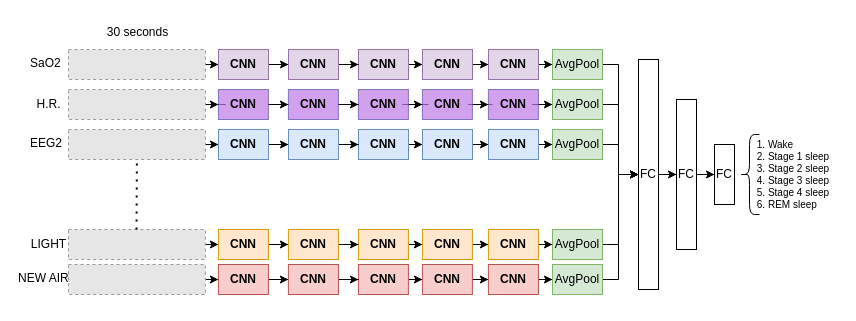
Above: nsrr_cnn.drawio in gw2015tylerdurden/nsrr (draw.io), before the change. Source tidied: cells renumbered, new cells numbered last; positions are measured from the earlier drawing's top-left corner, leaving out a move shared by most shapes. Both pictures are drawn from the tidied source at 100%, with x=0, y=0 at pixel (16, 17). Pictures stored in the file or linked from it are replaced by grey dashed boxes.
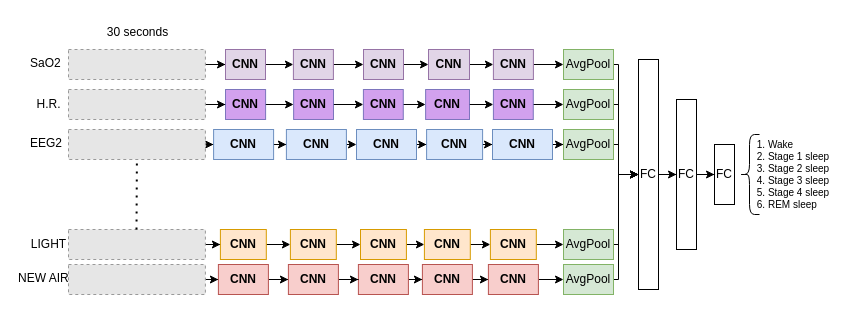
Above is the later version.

Commit message:
nsrr_cnn.drawio を更新します

What changed in the source:
```diff
@@
     <mxCell id="20" value="&lt;b&gt;CNN&lt;/b&gt;" style="rounded=0;whiteSpace=wrap;html=1;fillColor=#e1d5e7;strokeColor=#9673a6;" parent="1" vertex="1">
-      <mxGeometry x="202" y="32" width="50" height="30" as="geometry" />
+      <mxGeometry x="209" y="32" width="40" height="30" as="geometry" />
     </mxCell>
@@
     <mxCell id="22" value="&lt;b&gt;CNN&lt;/b&gt;" style="rounded=0;whiteSpace=wrap;html=1;fillColor=#e1d5e7;strokeColor=#9673a6;" parent="1" vertex="1">
-      <mxGeometry x="342" y="32" width="50" height="30" as="geometry" />
+      <mxGeometry x="347" y="32" width="40" height="30" as="geometry" />
     </mxCell>
@@
     <mxCell id="24" value="&lt;b&gt;CNN&lt;/b&gt;" style="rounded=0;whiteSpace=wrap;html=1;fillColor=#e1d5e7;strokeColor=#9673a6;" parent="1" vertex="1">
-      <mxGeometry x="272" y="32" width="50" height="30" as="geometry" />
+      <mxGeometry x="276.9" y="32" width="40" height="30" as="geometry" />
     </mxCell>
@@
     <mxCell id="26" value="&lt;b&gt;CNN&lt;/b&gt;" style="rounded=0;whiteSpace=wrap;html=1;fillColor=#e1d5e7;strokeColor=#9673a6;" parent="1" vertex="1">
-      <mxGeometry x="406" y="32" width="50" height="30" as="geometry" />
+      <mxGeometry x="412" y="32" width="41" height="30" as="geometry" />
     </mxCell>
@@
     <mxCell id="28" value="&lt;b&gt;CNN&lt;/b&gt;" style="rounded=0;whiteSpace=wrap;html=1;fillColor=#e1d5e7;strokeColor=#9673a6;" parent="1" vertex="1">
-      <mxGeometry x="472" y="32" width="50" height="30" as="geometry" />
+      <mxGeometry x="476.9" y="32" width="40" height="30" as="geometry" />
     </mxCell>
@@
     <mxCell id="30" value="&lt;b&gt;CNN&lt;/b&gt;" style="rounded=0;whiteSpace=wrap;html=1;fillColor=#BF7AE7;strokeColor=#5050A6;opacity=70;" parent="1" vertex="1">
-      <mxGeometry x="201.9" y="72" width="50" height="30" as="geometry" />
+      <mxGeometry x="209" y="72" width="40.1" height="30" as="geometry" />
     </mxCell>
@@
     <mxCell id="32" value="&lt;b&gt;CNN&lt;/b&gt;" style="rounded=0;whiteSpace=wrap;html=1;fillColor=#BF7AE7;strokeColor=#5050A6;opacity=70;" parent="1" vertex="1">
-      <mxGeometry x="341.9" y="72" width="50" height="30" as="geometry" />
+      <mxGeometry x="346.9" y="72" width="39.9" height="30" as="geometry" />
     </mxCell>
@@
     <mxCell id="34" value="&lt;b&gt;CNN&lt;/b&gt;" style="rounded=0;whiteSpace=wrap;html=1;fillColor=#BF7AE7;strokeColor=#5050A6;opacity=70;" parent="1" vertex="1">
-      <mxGeometry x="271.9" y="72" width="50" height="30" as="geometry" />
+      <mxGeometry x="277.1" y="72" width="39.9" height="30" as="geometry" />
     </mxCell>
@@
     <mxCell id="36" value="&lt;b&gt;CNN&lt;/b&gt;" style="rounded=0;whiteSpace=wrap;html=1;fillColor=#BF7AE7;strokeColor=#5050A6;opacity=70;" parent="1" vertex="1">
-      <mxGeometry x="405.9" y="72" width="50" height="30" as="geometry" />
+      <mxGeometry x="409.1" y="72" width="43.9" height="30" as="geometry" />
     </mxCell>
@@
     <mxCell id="38" value="&lt;b&gt;CNN&lt;/b&gt;" style="rounded=0;whiteSpace=wrap;html=1;fillColor=#BF7AE7;strokeColor=#5050A6;opacity=70;" parent="1" vertex="1">
-      <mxGeometry x="471.9" y="72" width="50" height="30" as="geometry" />
+      <mxGeometry x="476.9" y="72" width="39.9" height="30" as="geometry" />
     </mxCell>
@@
     <mxCell id="40" value="&lt;b&gt;CNN&lt;/b&gt;" style="rounded=0;whiteSpace=wrap;html=1;fillColor=#dae8fc;strokeColor=#6c8ebf;" parent="1" vertex="1">
-      <mxGeometry x="202" y="112" width="50" height="30" as="geometry" />
+      <mxGeometry x="197.1" y="112" width="60" height="30" as="geometry" />
     </mxCell>
@@
     <mxCell id="42" value="&lt;b&gt;CNN&lt;/b&gt;" style="rounded=0;whiteSpace=wrap;html=1;fillColor=#dae8fc;strokeColor=#6c8ebf;" parent="1" vertex="1">
-      <mxGeometry x="342" y="112" width="50" height="30" as="geometry" />
+      <mxGeometry x="340" y="112" width="60" height="30" as="geometry" />
     </mxCell>
-    <mxCell id="43" style="edgeStyle=orthogonalEdgeStyle;rounded=0;jettySize=auto;html=1;exitX=1;exitY=0.5;exitDx=0;exitDy=0;" parent="1" edge="1" source="44" target="42">
+    <mxCell id="43" style="edgeStyle=orthogonalEdgeStyle;rounded=0;jettySize=auto;html=1;exitX=1;exitY=0.5;exitDx=0;exitDy=0;entryX=0;entryY=0.5;entryDx=0;entryDy=0;" parent="1" edge="1" source="44" target="42">
       <mxGeometry relative="1" as="geometry" />
     </mxCell>
     <mxCell id="44" value="&lt;b&gt;CNN&lt;/b&gt;" style="rounded=0;whiteSpace=wrap;html=1;fillColor=#dae8fc;strokeColor=#6c8ebf;" parent="1" vertex="1">
-      <mxGeometry x="272" y="112" width="50" height="30" as="geometry" />
+      <mxGeometry x="269.9" y="112" width="60" height="30" as="geometry" />
     </mxCell>
@@
     <mxCell id="46" value="&lt;b&gt;CNN&lt;/b&gt;" style="rounded=0;whiteSpace=wrap;html=1;fillColor=#dae8fc;strokeColor=#6c8ebf;" parent="1" vertex="1">
-      <mxGeometry x="406" y="112" width="50" height="30" as="geometry" />
+      <mxGeometry x="410.1" y="112" width="56" height="30" as="geometry" />
     </mxCell>
@@
     <mxCell id="48" value="&lt;b&gt;CNN&lt;/b&gt;" style="rounded=0;whiteSpace=wrap;html=1;fillColor=#dae8fc;strokeColor=#6c8ebf;" parent="1" vertex="1">
-      <mxGeometry x="472" y="112" width="50" height="30" as="geometry" />
+      <mxGeometry x="476" y="112" width="60" height="30" as="geometry" />
     </mxCell>
-    <mxCell id="49" style="edgeStyle=orthogonalEdgeStyle;rounded=0;jettySize=auto;html=1;exitX=1;exitY=0.5;exitDx=0;exitDy=0;" parent="1" edge="1" source="50" target="54">
-      <mxGeometry relative="1" as="geometry" />
-    </mxCell>
+    <mxCell id="86" style="edgeStyle=orthogonalEdgeStyle;rounded=0;jettySize=auto;html=1;exitX=1;exitY=0.5;exitDx=0;exitDy=0;" parent="1" edge="1" source="50" target="88">
+      <mxGeometry relative="1" as="geometry" />
+    </mxCell>
     <mxCell id="50" value="&lt;b&gt;CNN&lt;/b&gt;" style="rounded=0;whiteSpace=wrap;html=1;fillColor=#ffe6cc;strokeColor=#d79b00;" parent="1" vertex="1">
-      <mxGeometry x="201.9" y="212" width="50" height="30" as="geometry" />
+      <mxGeometry x="203.9" y="212" width="45.9" height="30" as="geometry" />
     </mxCell>
-    <mxCell id="51" style="edgeStyle=orthogonalEdgeStyle;rounded=0;jettySize=auto;html=1;exitX=1;exitY=0.5;exitDx=0;exitDy=0;" parent="1" edge="1" source="52" target="56">
-      <mxGeometry relative="1" as="geometry" />
-    </mxCell>
-    <mxCell id="52" value="&lt;b&gt;CNN&lt;/b&gt;" style="rounded=0;whiteSpace=wrap;html=1;fillColor=#ffe6cc;strokeColor=#d79b00;" parent="1" vertex="1">
-      <mxGeometry x="341.9" y="212" width="50" height="30" as="geometry" />
-    </mxCell>
-    <mxCell id="53" style="edgeStyle=orthogonalEdgeStyle;rounded=0;jettySize=auto;html=1;exitX=1;exitY=0.5;exitDx=0;exitDy=0;" parent="1" edge="1" source="54" target="52">
-      <mxGeometry relative="1" as="geometry" />
-    </mxCell>
-    <mxCell id="54" value="&lt;b&gt;CNN&lt;/b&gt;" style="rounded=0;whiteSpace=wrap;html=1;fillColor=#ffe6cc;strokeColor=#d79b00;" parent="1" vertex="1">
-      <mxGeometry x="271.9" y="212" width="50" height="30" as="geometry" />
-    </mxCell>
-    <mxCell id="55" style="edgeStyle=orthogonalEdgeStyle;rounded=0;jettySize=auto;html=1;exitX=1;exitY=0.5;exitDx=0;exitDy=0;" parent="1" edge="1" source="56" target="58">
-      <mxGeometry relative="1" as="geometry" />
-    </mxCell>
-    <mxCell id="56" value="&lt;b&gt;CNN&lt;/b&gt;" style="rounded=0;whiteSpace=wrap;html=1;fillColor=#ffe6cc;strokeColor=#d79b00;" parent="1" vertex="1">
-      <mxGeometry x="405.9" y="212" width="50" height="30" as="geometry" />
-    </mxCell>
-    <mxCell id="57" style="edgeStyle=orthogonalEdgeStyle;rounded=0;jettySize=auto;html=1;exitX=1;exitY=0.5;exitDx=0;exitDy=0;" parent="1" edge="1" source="58" target="80">
-      <mxGeometry relative="1" as="geometry" />
-    </mxCell>
-    <mxCell id="58" value="&lt;b&gt;CNN&lt;/b&gt;" style="rounded=0;whiteSpace=wrap;html=1;fillColor=#ffe6cc;strokeColor=#d79b00;" parent="1" vertex="1">
-      <mxGeometry x="471.9" y="212" width="50" height="30" as="geometry" />
-    </mxCell>
@@
     <mxCell id="72" value="AvgPool" style="whiteSpace=wrap;html=1;fillColor=#d5e8d4;strokeColor=#82b366;" parent="1" vertex="1">
-      <mxGeometry x="536" y="32" width="50" height="30" as="geometry" />
+      <mxGeometry x="547" y="32" width="50" height="30" as="geometry" />
     </mxCell>
@@
     <mxCell id="74" value="AvgPool" style="whiteSpace=wrap;html=1;fillColor=#d5e8d4;strokeColor=#82b366;" parent="1" vertex="1">
-      <mxGeometry x="536" y="112" width="50" height="30" as="geometry" />
+      <mxGeometry x="547" y="112" width="50" height="30" as="geometry" />
     </mxCell>
@@
     <mxCell id="76" value="AvgPool" style="whiteSpace=wrap;html=1;fillColor=#d5e8d4;strokeColor=#82b366;" parent="1" vertex="1">
-      <mxGeometry x="536" y="72" width="50" height="30" as="geometry" />
+      <mxGeometry x="547" y="72" width="50" height="30" as="geometry" />
     </mxCell>
@@
     <mxCell id="78" value="AvgPool" style="whiteSpace=wrap;html=1;fillColor=#d5e8d4;strokeColor=#82b366;" parent="1" vertex="1">
-      <mxGeometry x="536" y="247" width="50" height="30" as="geometry" />
+      <mxGeometry x="547" y="247" width="50" height="30" as="geometry" />
     </mxCell>
@@
     <mxCell id="80" value="AvgPool" style="whiteSpace=wrap;html=1;fillColor=#d5e8d4;strokeColor=#82b366;" parent="1" vertex="1">
-      <mxGeometry x="536" y="212" width="50" height="30" as="geometry" />
+      <mxGeometry x="547" y="212" width="50" height="30" as="geometry" />
     </mxCell>
@@
+    <mxCell id="87" style="edgeStyle=orthogonalEdgeStyle;rounded=0;jettySize=auto;html=1;exitX=1;exitY=0.5;exitDx=0;exitDy=0;entryX=0;entryY=0.5;entryDx=0;entryDy=0;" parent="1" edge="1" source="88" target="90">
+      <mxGeometry relative="1" as="geometry" />
+    </mxCell>
+    <mxCell id="88" value="&lt;b&gt;CNN&lt;/b&gt;" style="rounded=0;whiteSpace=wrap;html=1;fillColor=#ffe6cc;strokeColor=#d79b00;" parent="1" vertex="1">
+      <mxGeometry x="273.9" y="212" width="45.9" height="30" as="geometry" />
+    </mxCell>
+    <mxCell id="89" style="edgeStyle=orthogonalEdgeStyle;rounded=0;jettySize=auto;html=1;exitX=1;exitY=0.5;exitDx=0;exitDy=0;entryX=0;entryY=0.5;entryDx=0;entryDy=0;" parent="1" edge="1" source="90" target="92">
+      <mxGeometry relative="1" as="geometry" />
+    </mxCell>
+    <mxCell id="90" value="&lt;b&gt;CNN&lt;/b&gt;" style="rounded=0;whiteSpace=wrap;html=1;fillColor=#ffe6cc;strokeColor=#d79b00;" parent="1" vertex="1">
+      <mxGeometry x="344" y="212" width="45.9" height="30" as="geometry" />
+    </mxCell>
+    <mxCell id="91" style="edgeStyle=orthogonalEdgeStyle;rounded=0;jettySize=auto;html=1;exitX=1;exitY=0.5;exitDx=0;exitDy=0;entryX=0;entryY=0.5;entryDx=0;entryDy=0;" parent="1" edge="1" source="92" target="94">
+      <mxGeometry relative="1" as="geometry" />
+    </mxCell>
+    <mxCell id="92" value="&lt;b&gt;CNN&lt;/b&gt;" style="rounded=0;whiteSpace=wrap;html=1;fillColor=#ffe6cc;strokeColor=#d79b00;" parent="1" vertex="1">
+      <mxGeometry x="407.9" y="212" width="45.9" height="30" as="geometry" />
+    </mxCell>
+    <mxCell id="93" style="edgeStyle=orthogonalEdgeStyle;rounded=0;jettySize=auto;html=1;exitX=1;exitY=0.5;exitDx=0;exitDy=0;entryX=0;entryY=0.5;entryDx=0;entryDy=0;" parent="1" edge="1" source="94" target="80">
+      <mxGeometry relative="1" as="geometry" />
+    </mxCell>
+    <mxCell id="94" value="&lt;b&gt;CNN&lt;/b&gt;" style="rounded=0;whiteSpace=wrap;html=1;fillColor=#ffe6cc;strokeColor=#d79b00;" parent="1" vertex="1">
+      <mxGeometry x="473.9" y="212" width="45.9" height="30" as="geometry" />
+    </mxCell>
```
